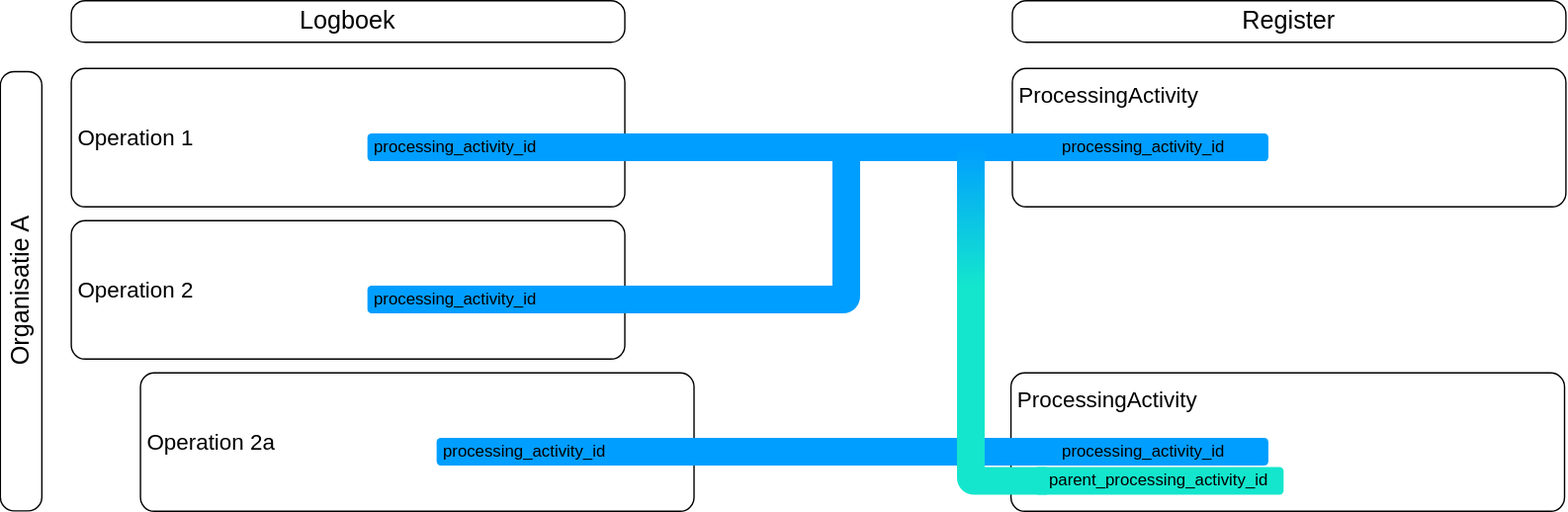
Before: media/relatie_logboekelementen_afbeelding3.svg, a diagram exported from draw.io (Logius-standaarden/logboek-dataverwerkingen-inleiding). Source tidied: cells renumbered, new cells last; positions are measured from the earlier drawing's top-left corner, leaving out a move shared by most shapes.
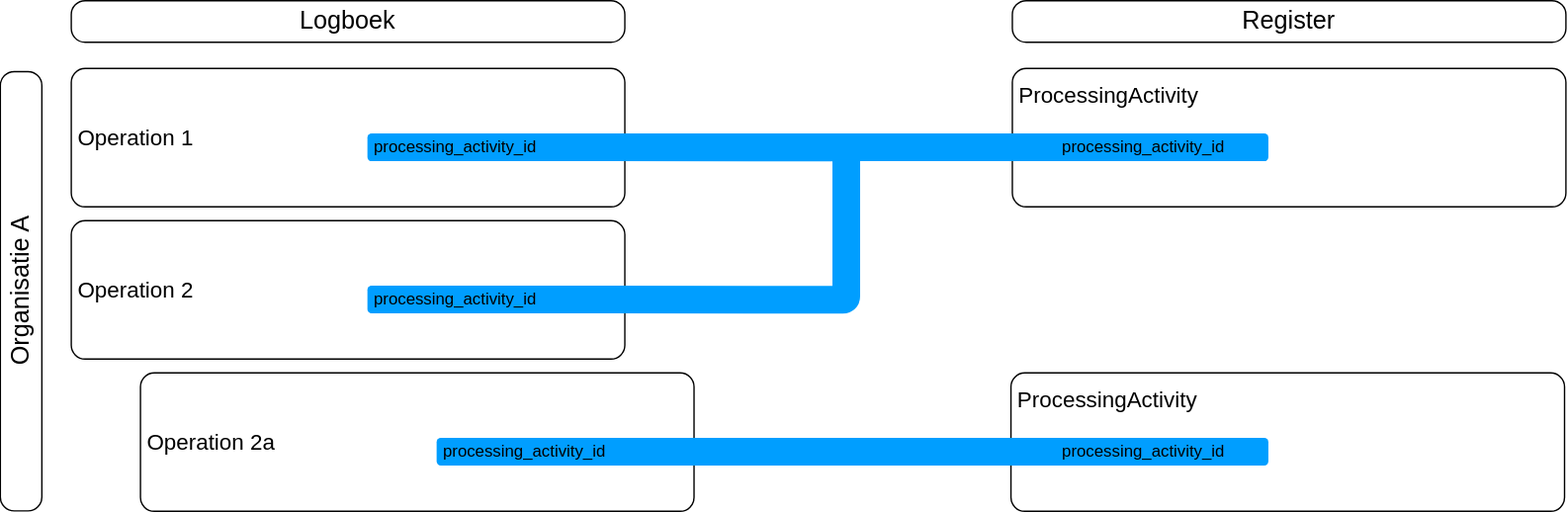
The same file after the commit.

Commit message:
Beheer: verwijder parent_processing_activity_id uit voorbeelden (#62)

The edit, as a diff of the source:
```diff
@@ -55,18 +55,13 @@
     <mxCell id="17" value="processing_activity_id" style="rounded=1;whiteSpace=wrap;html=1;strokeColor=none;fillColor=#009EFF;points=[[0,0,0,0,0],[0,0.25,0,0,0],[0,0.75,0,0,0],[0,1,0,0,0],[0.05,0.5,0,0,0],[0.25,0,0,0,0],[0.25,1,0,0,0],[0.5,0,0,0,0],[0.5,1,0,0,0],[0.75,0,0,0,0],[0.75,1,0,0,0],[0.95,0.5,0,0,0],[1,0,0,0,0],[1,0.25,0,0,0],[1,0.75,0,0,0],[1,1,0,0,0]];align=center;spacing=5;" parent="1" vertex="1">
       <mxGeometry x="880" y="316" width="180" height="20" as="geometry" />
     </mxCell>
-    <mxCell id="18" value="parent_processing_activity_id" style="rounded=1;whiteSpace=wrap;html=1;strokeColor=none;fillColor=#14E6CD;points=[[0,0,0,0,0],[0,0.25,0,0,0],[0,0.75,0,0,0],[0,1,0,0,0],[0.05,0.5,0,0,0],[0.25,0,0,0,0],[0.25,1,0,0,0],[0.5,0,0,0,0],[0.5,1,0,0,0],[0.75,0,0,0,0],[0.75,1,0,0,0],[0.95,0.5,0,0,0],[1,0,0,0,0],[1,0.25,0,0,0],[1,0.75,0,0,0],[1,1,0,0,0]];align=center;spacing=5;gradientColor=none;gradientDirection=east;" parent="1" vertex="1">
-      <mxGeometry x="891" y="337" width="180" height="20" as="geometry" />
-    </mxCell>
-    <mxCell id="19" style="edgeStyle=orthogonalEdgeStyle;rounded=1;jettySize=auto;html=1;entryX=0.05;entryY=0.5;entryDx=0;entryDy=0;entryPerimeter=0;endArrow=none;startFill=0;strokeWidth=20;exitX=0.95;exitY=0.5;exitDx=0;exitDy=0;exitPerimeter=0;strokeColor=#14E6CD;curved=0;arcSize=5;" parent="1" edge="1" source="20" target="18">
+    <mxCell id="19" style="edgeStyle=orthogonalEdgeStyle;rounded=1;jettySize=auto;html=1;entryX=0.05;entryY=0.5;entryDx=0;entryDy=0;entryPerimeter=0;endArrow=none;startFill=0;strokeWidth=20;exitX=0.95;exitY=0.5;exitDx=0;exitDy=0;exitPerimeter=0;strokeColor=#14E6CD;curved=0;arcSize=5;" parent="1" edge="1" target="x">
       <mxGeometry relative="1" as="geometry">
+        <mxPoint x="845" y="201" as="sourcePoint" />
         <Array as="points">
           <mxPoint x="845" y="347" />
         </Array>
       </mxGeometry>
     </mxCell>
-    <mxCell id="20" style="rounded=1;whiteSpace=wrap;html=1;strokeColor=none;fillColor=#009EFF;points=[[0,0,0,0,0],[0,0.25,0,0,0],[0,0.75,0,0,0],[0,1,0,0,0],[0.05,0.5,0,0,0],[0.25,0,0,0,0],[0.25,1,0,0,0],[0.5,0,0,0,0],[0.5,1,0,0,0],[0.75,0,0,0,0],[0.75,1,0,0,0],[0.95,0.5,0,0,0],[1,0,0,0,0],[1,0.25,0,0,0],[1,0.75,0,0,0],[1,1,0,0,0]];align=center;spacing=5;gradientColor=#14E6CD;gradientDirection=east;rotation=90;" parent="1" vertex="1">
-      <mxGeometry x="795" y="146" width="100" height="20" as="geometry" />
-    </mxCell>
   </root>
 </mxGraphModel>
```
